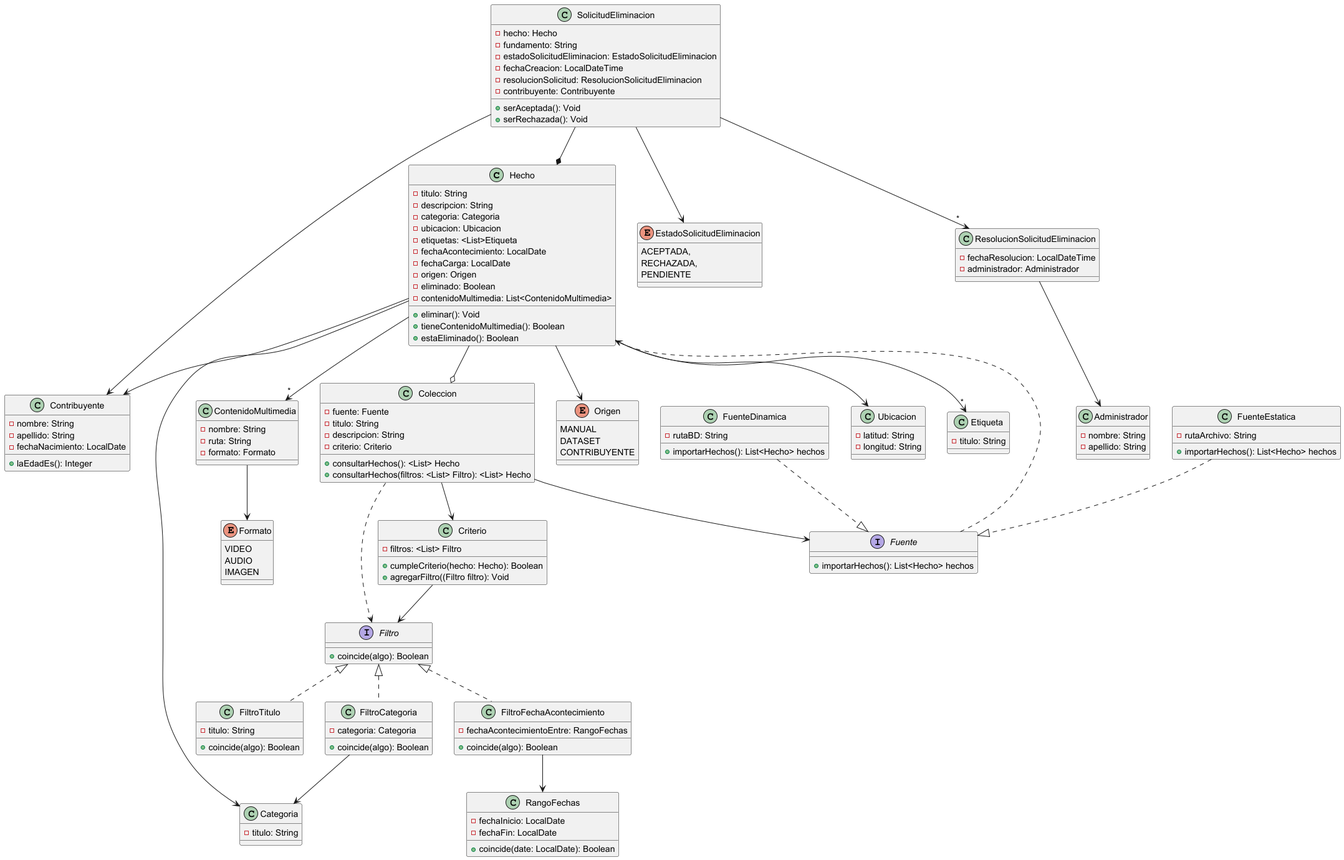
The PlantUML diagram DiagramaDeClases-1°Entrega.png in BrunoRodriguezzz/tp-dsi, before a commit. The source it was exported from:
```plantuml
@startuml
Hecho --> Contribuyente
Hecho --> Origen
Hecho --> Categoria
Hecho --> Ubicacion
Hecho -->"*" Etiqueta
Hecho --o Coleccion
Hecho -->"*" ContenidoMultimedia

SolicitudEliminacion --* Hecho
SolicitudEliminacion --> EstadoSolicitudEliminacion
SolicitudEliminacion -->"*" ResolucionSolicitudEliminacion
SolicitudEliminacion --> Contribuyente

ResolucionSolicitudEliminacion --> Administrador

Coleccion --> Criterio
Coleccion ..> Filtro

Coleccion --> Fuente
Fuente ..> Hecho
FuenteEstatica ..|> Fuente
FuenteDinamica ..|> Fuente

Criterio --> Filtro

Filtro <|.. FiltroTitulo
Filtro <|.. FiltroCategoria
Filtro <|.. FiltroFechaAcontecimiento

FiltroCategoria --> Categoria
FiltroFechaAcontecimiento --> RangoFechas

ContenidoMultimedia --> Formato


class Contribuyente {
    -nombre: String
    -apellido: String
    -fechaNacimiento: LocalDate
    +laEdadEs(): Integer
}

class Administrador {
    -nombre: String
    -apellido: String
}

enum EstadoSolicitudEliminacion {
    ACEPTADA,
    RECHAZADA,
    PENDIENTE
}

class ResolucionSolicitudEliminacion {
    -fechaResolucion: LocalDateTime
    -administrador: Administrador
}

class ContenidoMultimedia {
    -nombre: String
    -ruta: String
    -formato: Formato
}

enum Formato {
    VIDEO
    AUDIO
    IMAGEN
}

class Hecho {
    -titulo: String
    -descripcion: String
    -categoria: Categoria
    -ubicacion: Ubicacion
    -etiquetas: <List>Etiqueta
    -fechaAcontecimiento: LocalDate
    -fechaCarga: LocalDate
    -origen: Origen
    -eliminado: Boolean
    -contenidoMultimedia: List<ContenidoMultimedia>
    +eliminar(): Void
    +tieneContenidoMultimedia(): Boolean
    +estaEliminado(): Boolean
}

interface Fuente {
    +importarHechos(): List<Hecho> hechos
}

class FuenteEstatica {
    -rutaArchivo: String
    +importarHechos(): List<Hecho> hechos
}

class FuenteDinamica {
    -rutaBD: String
    +importarHechos(): List<Hecho> hechos
}

class Etiqueta {
    -titulo: String
}

enum Origen {
    MANUAL
    DATASET
    CONTRIBUYENTE
}

class Categoria {
    -titulo: String
}

class Ubicacion {
    -latitud: String
    -longitud: String
}

class SolicitudEliminacion {
    -hecho: Hecho
    -fundamento: String
    -estadoSolicitudEliminacion: EstadoSolicitudEliminacion
    -fechaCreacion: LocalDateTime
    -resolucionSolicitud: ResolucionSolicitudEliminacion
    -contribuyente: Contribuyente
    +serAceptada(): Void
    +serRechazada(): Void
}

class Coleccion {
    -fuente: Fuente
    -titulo: String
    -descripcion: String
    -criterio: Criterio
    +consultarHechos(): <List> Hecho
    +consultarHechos(filtros: <List> Filtro): <List> Hecho
}

class Criterio{
    -filtros: <List> Filtro

    +cumpleCriterio(hecho: Hecho): Boolean
    +agregarFiltro((Filtro filtro): Void
}

class RangoFechas {
    -fechaInicio: LocalDate
    -fechaFin: LocalDate
    +coincide(date: LocalDate): Boolean
}

interface Filtro{
    +coincide(algo): Boolean
}

class FiltroTitulo{
    -titulo: String
    +coincide(algo): Boolean
}

class FiltroFechaAcontecimiento{
    -fechaAcontecimientoEntre: RangoFechas
    +coincide(algo): Boolean
}

class FiltroCategoria{
    -categoria: Categoria
    +coincide(algo): Boolean
}

@enduml
```
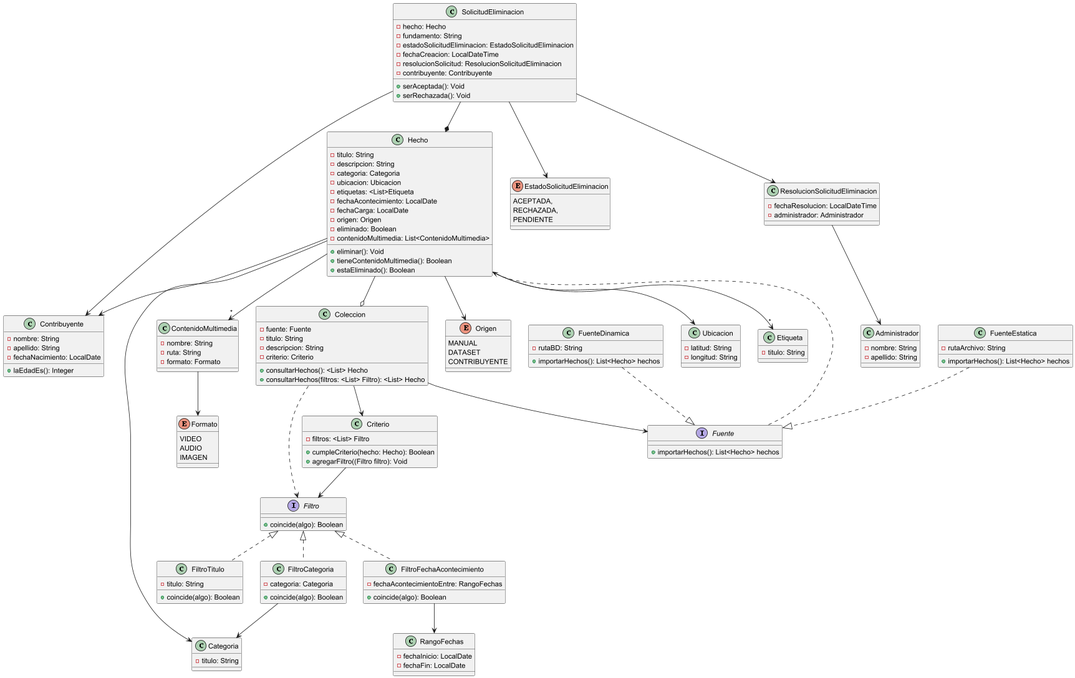
Later version of the same file.

Commit message:
Corrijo justificaciones y diagrama de clases acorde a Entrega 1

What changed in the source:
```diff
@@ -1,173 +1,172 @@
 @startuml
-Hecho --> Contribuyente
-Hecho --> Origen
-Hecho --> Categoria
-Hecho --> Ubicacion
-Hecho -->"*" Etiqueta
-Hecho --o Coleccion
-Hecho -->"*" ContenidoMultimedia
+    Hecho --> Contribuyente
+    Hecho --> Origen
+    Hecho --> Categoria
+    Hecho --> Ubicacion
+    Hecho -->"*" Etiqueta
+    Hecho --o Coleccion
+    Hecho -->"*" ContenidoMultimedia
 
-SolicitudEliminacion --* Hecho
-SolicitudEliminacion --> EstadoSolicitudEliminacion
-SolicitudEliminacion -->"*" ResolucionSolicitudEliminacion
-SolicitudEliminacion --> Contribuyente
+    SolicitudEliminacion --* Hecho
+    SolicitudEliminacion --> EstadoSolicitudEliminacion
+    SolicitudEliminacion --> ResolucionSolicitudEliminacion
+    SolicitudEliminacion --> Contribuyente
 
-ResolucionSolicitudEliminacion --> Administrador
+    ResolucionSolicitudEliminacion --> Administrador
 
-Coleccion --> Criterio
-Coleccion ..> Filtro
+    Coleccion --> Criterio
+    Coleccion ..> Filtro
 
-Coleccion --> Fuente
-Fuente ..> Hecho
-FuenteEstatica ..|> Fuente
-FuenteDinamica ..|> Fuente
+    Coleccion --> Fuente
+    Fuente ..> Hecho
+    FuenteEstatica ..|> Fuente
+    FuenteDinamica ..|> Fuente
 
-Criterio --> Filtro
+    Criterio --> Filtro
 
-Filtro <|.. FiltroTitulo
-Filtro <|.. FiltroCategoria
-Filtro <|.. FiltroFechaAcontecimiento
+    Filtro <|.. FiltroTitulo
+    Filtro <|.. FiltroCategoria
+    Filtro <|.. FiltroFechaAcontecimiento
 
-FiltroCategoria --> Categoria
-FiltroFechaAcontecimiento --> RangoFechas
+    FiltroCategoria --> Categoria
+    FiltroFechaAcontecimiento --> RangoFechas
 
-ContenidoMultimedia --> Formato
+    ContenidoMultimedia --> Formato
 
 
-class Contribuyente {
-    -nombre: String
-    -apellido: String
-    -fechaNacimiento: LocalDate
-    +laEdadEs(): Integer
-}
+    class Contribuyente {
+        -nombre: String
+        -apellido: String
+        -fechaNacimiento: LocalDate
+        +laEdadEs(): Integer
+    }
 
-class Administrador {
-    -nombre: String
-    -apellido: String
-}
+    class Administrador {
+        -nombre: String
+        -apellido: String
+    }
 
-enum EstadoSolicitudEliminacion {
-    ACEPTADA,
-    RECHAZADA,
-    PENDIENTE
-}
+    enum EstadoSolicitudEliminacion {
+        ACEPTADA,
+        RECHAZADA,
+        PENDIENTE
+    }
 
-class ResolucionSolicitudEliminacion {
-    -fechaResolucion: LocalDateTime
-    -administrador: Administrador
-}
+    class ResolucionSolicitudEliminacion {
+        -fechaResolucion: LocalDateTime
+        -administrador: Administrador
+    }
 
-class ContenidoMultimedia {
-    -nombre: String
-    -ruta: String
-    -formato: Formato
-}
+    class ContenidoMultimedia {
+        -nombre: String
+        -ruta: String
+        -formato: Formato
+    }
 
-enum Formato {
-    VIDEO
-    AUDIO
-    IMAGEN
-}
+    enum Formato {
+        VIDEO
+        AUDIO
+        IMAGEN
+    }
 
-class Hecho {
-    -titulo: String
-    -descripcion: String
-    -categoria: Categoria
-    -ubicacion: Ubicacion
-    -etiquetas: <List>Etiqueta
-    -fechaAcontecimiento: LocalDate
-    -fechaCarga: LocalDate
-    -origen: Origen
-    -eliminado: Boolean
-    -contenidoMultimedia: List<ContenidoMultimedia>
-    +eliminar(): Void
-    +tieneContenidoMultimedia(): Boolean
-    +estaEliminado(): Boolean
-}
+    class Hecho {
+        -titulo: String
+        -descripcion: String
+        -categoria: Categoria
+        -ubicacion: Ubicacion
+        -etiquetas: <List>Etiqueta
+        -fechaAcontecimiento: LocalDate
+        -fechaCarga: LocalDate
+        -origen: Origen
+        -eliminado: Boolean
+        -contenidoMultimedia: List<ContenidoMultimedia>
+        +eliminar(): Void
+        +tieneContenidoMultimedia(): Boolean
+        +estaEliminado(): Boolean
+    }
 
-interface Fuente {
-    +importarHechos(): List<Hecho> hechos
-}
+    interface Fuente {
+        +importarHechos(): List<Hecho> hechos
+    }
 
-class FuenteEstatica {
-    -rutaArchivo: String
-    +importarHechos(): List<Hecho> hechos
-}
+    class FuenteEstatica {
+        -rutaArchivo: String
+        +importarHechos(): List<Hecho> hechos
+    }
 
-class FuenteDinamica {
-    -rutaBD: String
-    +importarHechos(): List<Hecho> hechos
-}
+    class FuenteDinamica {
+        -rutaBD: String
+        +importarHechos(): List<Hecho> hechos
+    }
 
-class Etiqueta {
-    -titulo: String
-}
+    class Etiqueta {
+        -titulo: String
+    }
 
-enum Origen {
-    MANUAL
-    DATASET
-    CONTRIBUYENTE
-}
+    enum Origen {
+        MANUAL
+        DATASET
+        CONTRIBUYENTE
+    }
 
-class Categoria {
-    -titulo: String
-}
+    class Categoria {
+        -titulo: String
+    }
 
-class Ubicacion {
-    -latitud: String
-    -longitud: String
-}
+    class Ubicacion {
+        -latitud: String
+        -longitud: String
+    }
 
-class SolicitudEliminacion {
-    -hecho: Hecho
-    -fundamento: String
-    -estadoSolicitudEliminacion: EstadoSolicitudEliminacion
-    -fechaCreacion: LocalDateTime
-    -resolucionSolicitud: ResolucionSolicitudEliminacion
-    -contribuyente: Contribuyente
-    +serAceptada(): Void
-    +serRechazada(): Void
-}
+    class SolicitudEliminacion {
+        -hecho: Hecho
+        -fundamento: String
+        -estadoSolicitudEliminacion: EstadoSolicitudEliminacion
+        -fechaCreacion: LocalDateTime
+        -resolucionSolicitud: ResolucionSolicitudEliminacion
+        -contribuyente: Contribuyente
+        +serAceptada(): Void
+        +serRechazada(): Void
+    }
 
-class Coleccion {
-    -fuente: Fuente
-    -titulo: String
-    -descripcion: String
-    -criterio: Criterio
-    +consultarHechos(): <List> Hecho
-    +consultarHechos(filtros: <List> Filtro): <List> Hecho
-}
+    class Coleccion {
+        -fuente: Fuente
+        -titulo: String
+        -descripcion: String
+        -criterio: Criterio
+        +consultarHechos(): <List> Hecho
+        +consultarHechos(filtros: <List> Filtro): <List> Hecho
+    }
 
-class Criterio{
-    -filtros: <List> Filtro
+    class Criterio{
+        -filtros: <List> Filtro
 
-    +cumpleCriterio(hecho: Hecho): Boolean
-    +agregarFiltro((Filtro filtro): Void
-}
+        +cumpleCriterio(hecho: Hecho): Boolean
+        +agregarFiltro((Filtro filtro): Void
+    }
 
-class RangoFechas {
-    -fechaInicio: LocalDate
-    -fechaFin: LocalDate
-    +coincide(date: LocalDate): Boolean
-}
+    class RangoFechas {
+        -fechaInicio: LocalDate
+        -fechaFin: LocalDate
+    }
 
-interface Filtro{
-    +coincide(algo): Boolean
-}
+    interface Filtro{
+        +coincide(algo): Boolean
+    }
 
-class FiltroTitulo{
-    -titulo: String
-    +coincide(algo): Boolean
-}
+    class FiltroTitulo{
+        -titulo: String
+        +coincide(algo): Boolean
+    }
 
-class FiltroFechaAcontecimiento{
-    -fechaAcontecimientoEntre: RangoFechas
-    +coincide(algo): Boolean
-}
+    class FiltroFechaAcontecimiento{
+        -fechaAcontecimientoEntre: RangoFechas
+        +coincide(algo): Boolean
+    }
 
-class FiltroCategoria{
-    -categoria: Categoria
-    +coincide(algo): Boolean
-}
+    class FiltroCategoria{
+        -categoria: Categoria
+        +coincide(algo): Boolean
+    }
 
-@enduml
+    @enduml
```
